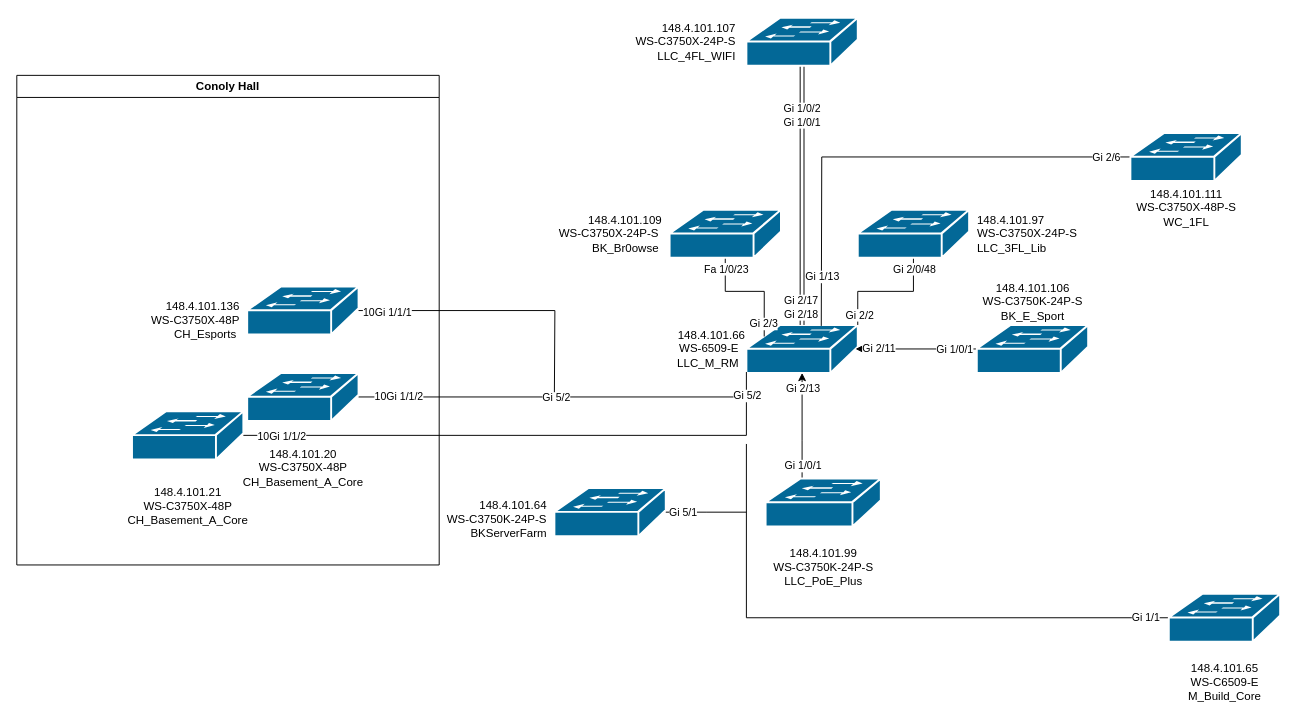
Earlier version of the draw.io diagram Untitled Diagram.drawio (DiceBanga/Network-Automation). Source tidied: cells renumbered, new cells numbered last; positions are measured from the earlier drawing's top-left corner, leaving out a move shared by most shapes. Both pictures are drawn from the tidied source at 96%, with x=0, y=0 at pixel (16, 17).
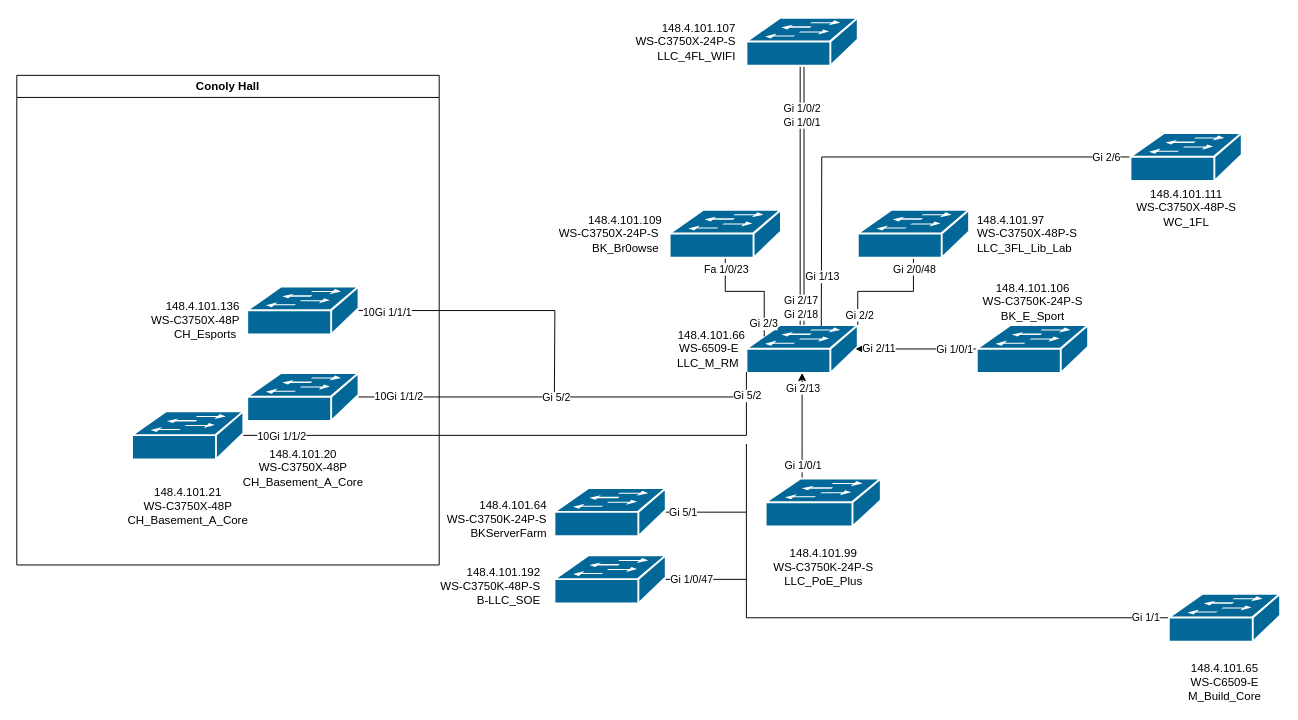
Above is the later version.

The edit, as a diff of the source:
```diff
@@
-    <mxCell id="45" value="&lt;div style=&quot;&quot;&gt;&lt;span style=&quot;background-color: initial; color: rgb(0, 0, 0); --darkreader-inline-bgcolor: initial; --darkreader-inline-color:#e8e6e3;&quot;&gt;&amp;nbsp; 148.4.101.97&amp;nbsp;&amp;nbsp;&lt;/span&gt;&lt;/div&gt;&amp;nbsp; WS-C3750X-24P-S&amp;nbsp; &amp;nbsp;&lt;br&gt;&amp;nbsp; LLC_3FL_Lib&amp;nbsp; &amp;nbsp;" style="shape=mxgraph.cisco.switches.workgroup_switch;sketch=0;html=1;dashed=0;fillColor=#036897;strokeColor=#ffffff;strokeWidth=2;verticalLabelPosition=middle;verticalAlign=middle;align=left;outlineConnect=0;labelPosition=right;" parent="1" vertex="1">
+    <mxCell id="45" value="&lt;div style=&quot;&quot;&gt;&lt;span style=&quot;background-color: initial; color: rgb(0, 0, 0); --darkreader-inline-bgcolor: initial; --darkreader-inline-color:#e8e6e3;&quot;&gt;&amp;nbsp; 148.4.101.97&amp;nbsp;&amp;nbsp;&lt;/span&gt;&lt;/div&gt;&amp;nbsp; WS-C3750X-48P-S&amp;nbsp; &amp;nbsp;&lt;br&gt;&amp;nbsp; LLC_3FL_Lib_Lab&amp;nbsp; &amp;nbsp;" style="shape=mxgraph.cisco.switches.workgroup_switch;sketch=0;html=1;dashed=0;fillColor=#036897;strokeColor=#ffffff;strokeWidth=2;verticalLabelPosition=middle;verticalAlign=middle;align=left;outlineConnect=0;labelPosition=right;" parent="1" vertex="1">
       <mxGeometry x="876" y="200" width="116" height="50" as="geometry" />
     </mxCell>
+    <mxCell id="46" style="edgeStyle=orthogonalEdgeStyle;rounded=0;jettySize=auto;html=1;endArrow=none;endFill=0;" parent="1" edge="1" source="48">
+      <mxGeometry relative="1" as="geometry">
+        <mxPoint x="760" y="585" as="targetPoint" />
+      </mxGeometry>
+    </mxCell>
+    <mxCell id="47" value="Gi 1/0/47" style="edgeLabel;html=1;align=center;verticalAlign=middle;" parent="46" vertex="1">
+      <mxGeometry x="-0.71" y="1" relative="1" as="geometry">
+        <mxPoint x="14" as="offset" />
+      </mxGeometry>
+    </mxCell>
+    <mxCell id="48" value="&lt;br&gt;148.4.101.192&amp;nbsp; &amp;nbsp;&amp;nbsp;&lt;br&gt;WS-C3750K-48P-S&amp;nbsp; &amp;nbsp;&amp;nbsp;&lt;br&gt;B-LLC_SOE&amp;nbsp; &amp;nbsp;&amp;nbsp;" style="shape=mxgraph.cisco.switches.workgroup_switch;sketch=0;html=1;dashed=0;fillColor=#036897;strokeColor=#ffffff;strokeWidth=2;verticalLabelPosition=middle;verticalAlign=middle;align=right;outlineConnect=0;labelPosition=left;" parent="1" vertex="1">
+      <mxGeometry x="560" y="560" width="116" height="50" as="geometry" />
+    </mxCell>
```
